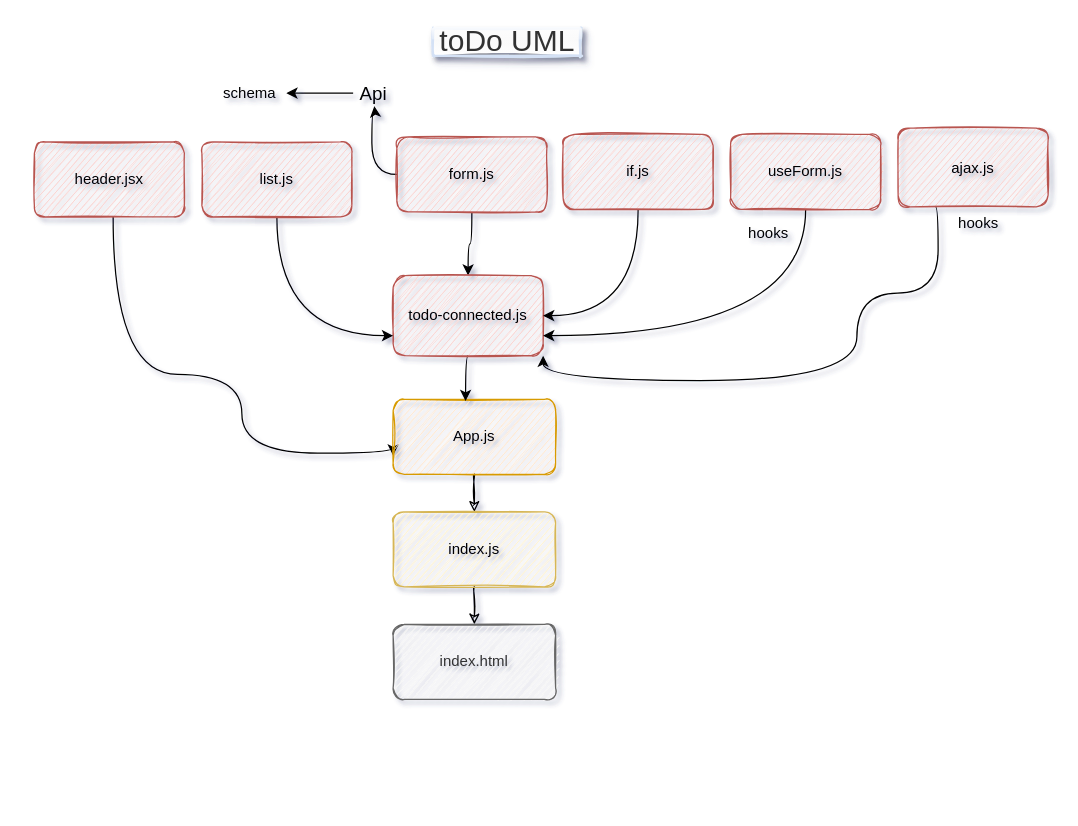
Earlier version of the draw.io diagram Untitled Diagram.drawio (asharabuhelweh/notes). Source tidied: cells renumbered, new cells numbered last; positions are measured from the earlier drawing's top-left corner, leaving out a move shared by most shapes. Both pictures are drawn from the tidied source at 125%, with x=0, y=0 at pixel (34, 28).
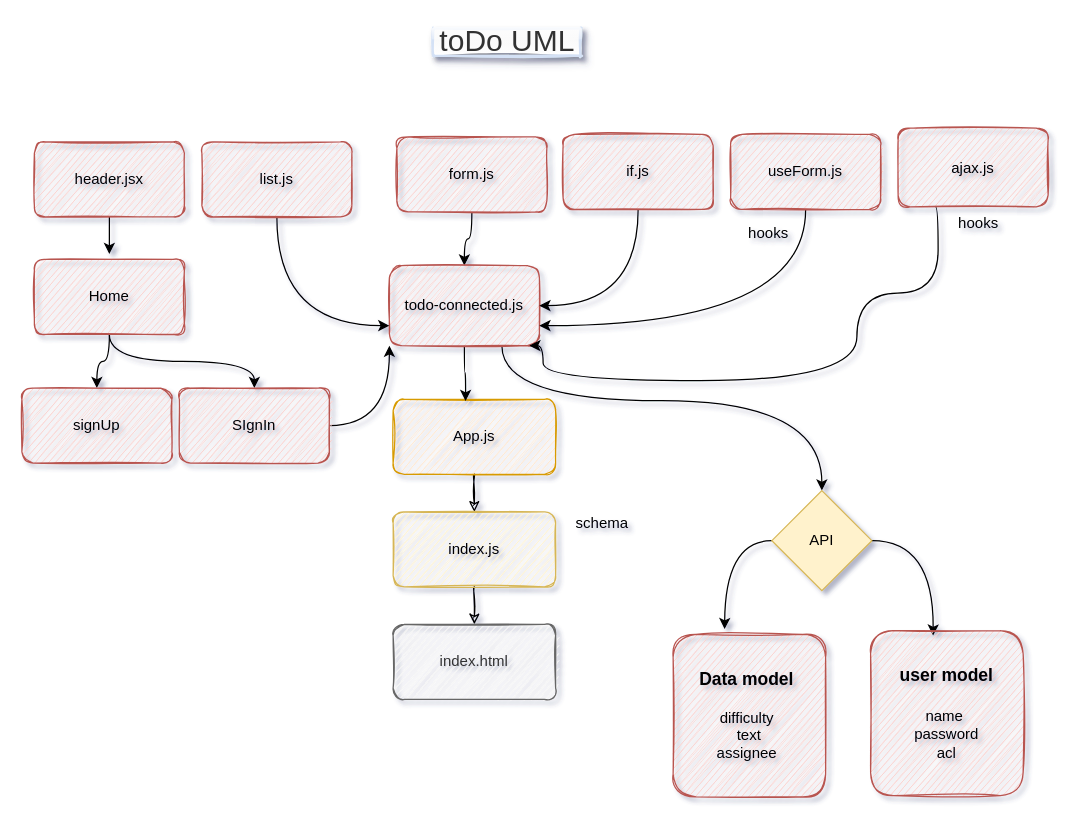
The same diagram, later.

The change refers to these unchanged cells:
```xml
<mxCell id="3" value="header.jsx" style="whiteSpace=wrap;html=1;fillColor=#f8cecc;strokeColor=#b85450;sketch=1;rounded=1;" parent="1" vertex="1">
  <mxGeometry y="91" width="120" height="60" as="geometry" />
</mxCell>
<mxCell id="6" value="form.js" style="whiteSpace=wrap;html=1;fillColor=#f8cecc;strokeColor=#b85450;sketch=1;rounded=1;" parent="1" vertex="1">
  <mxGeometry x="290" y="87" width="120" height="60" as="geometry" />
</mxCell>
<mxCell id="8" value="App.js" style="whiteSpace=wrap;html=1;fillColor=#ffe6cc;strokeColor=#d79b00;sketch=1;rounded=1;" parent="1" vertex="1">
  <mxGeometry x="287" y="297" width="130" height="60" as="geometry" />
</mxCell>
<mxCell id="23" value="ajax.js" style="whiteSpace=wrap;html=1;fillColor=#f8cecc;strokeColor=#b85450;sketch=1;rounded=1;" parent="1" vertex="1">
  <mxGeometry x="691" y="80" width="120" height="63" as="geometry" />
</mxCell>
```

The edit, as a diff of the source:
```diff
@@
-    <mxCell id="2" style="edgeStyle=orthogonalEdgeStyle;curved=1;rounded=0;jettySize=auto;html=1;entryX=0;entryY=0.75;entryDx=0;entryDy=0;" parent="1" edge="1" source="3" target="8">
-      <mxGeometry relative="1" as="geometry">
-        <Array as="points">
-          <mxPoint x="63" y="277" />
-          <mxPoint x="166" y="277" />
-          <mxPoint x="166" y="340" />
-        </Array>
-      </mxGeometry>
-    </mxCell>
+    <mxCell id="28" style="edgeStyle=orthogonalEdgeStyle;curved=1;rounded=0;jettySize=auto;html=1;exitX=0.5;exitY=1;exitDx=0;exitDy=0;" parent="1" edge="1" source="3">
+      <mxGeometry relative="1" as="geometry">
+        <mxPoint x="60" y="180.8" as="targetPoint" />
+      </mxGeometry>
+    </mxCell>
@@
-    <mxCell id="5" style="edgeStyle=orthogonalEdgeStyle;curved=1;rounded=0;jettySize=auto;html=1;" parent="1" edge="1" source="6">
-      <mxGeometry relative="1" as="geometry">
-        <mxPoint x="272" y="62.4" as="targetPoint" />
-      </mxGeometry>
-    </mxCell>
@@
+    <mxCell id="29" style="edgeStyle=orthogonalEdgeStyle;curved=1;rounded=0;jettySize=auto;html=1;exitX=0.75;exitY=1;exitDx=0;exitDy=0;entryX=0.5;entryY=0;entryDx=0;entryDy=0;" parent="1" edge="1" source="14" target="32">
+      <mxGeometry relative="1" as="geometry">
+        <Array as="points">
+          <mxPoint x="374" y="298" />
+          <mxPoint x="630" y="298" />
+        </Array>
+      </mxGeometry>
+    </mxCell>
     <mxCell id="14" value="todo-connected.js" style="whiteSpace=wrap;html=1;fillColor=#f8cecc;strokeColor=#b85450;sketch=1;rounded=1;" parent="1" vertex="1">
-      <mxGeometry x="287" y="198" width="120" height="64" as="geometry" />
+      <mxGeometry x="284" y="190" width="120" height="64" as="geometry" />
     </mxCell>
@@
-    <mxCell id="22" style="edgeStyle=orthogonalEdgeStyle;curved=1;rounded=0;jettySize=auto;html=1;entryX=1;entryY=1;entryDx=0;entryDy=0;exitX=0.25;exitY=1;exitDx=0;exitDy=0;" parent="1" edge="1" source="23" target="14">
+    <mxCell id="22" style="edgeStyle=orthogonalEdgeStyle;curved=1;rounded=0;jettySize=auto;html=1;exitX=0.25;exitY=1;exitDx=0;exitDy=0;" parent="1" edge="1" source="23">
       <mxGeometry relative="1" as="geometry">
+        <mxPoint x="396" y="254" as="targetPoint" />
         <Array as="points">
           <mxPoint x="723" y="143" />
           <mxPoint x="723" y="212" />
           <mxPoint x="658" y="212" />
           <mxPoint x="658" y="282" />
           <mxPoint x="407" y="282" />
         </Array>
       </mxGeometry>
     </mxCell>
@@
-    <mxCell id="25" style="edgeStyle=orthogonalEdgeStyle;curved=1;rounded=0;jettySize=auto;html=1;" parent="1" edge="1" source="26">
-      <mxGeometry relative="1" as="geometry">
-        <mxPoint x="201.6" y="52" as="targetPoint" />
-      </mxGeometry>
-    </mxCell>
-    <mxCell id="26" value="&lt;font style=&quot;font-size: 15px&quot;&gt;Api&lt;/font&gt;" style="text;html=1;align=center;verticalAlign=middle;points=[];strokeColor=none;" parent="1" vertex="1">
-      <mxGeometry x="255" y="43" width="32" height="18" as="geometry" />
-    </mxCell>
     <mxCell id="27" value="schema" style="text;html=1;align=center;verticalAlign=middle;strokeColor=none;" parent="1" vertex="1">
-      <mxGeometry x="146" y="43" width="52" height="18" as="geometry" />
+      <mxGeometry x="428" y="387" width="52" height="18" as="geometry" />
     </mxCell>
+    <mxCell id="30" style="edgeStyle=orthogonalEdgeStyle;curved=1;rounded=0;jettySize=auto;html=1;exitX=1;exitY=0.5;exitDx=0;exitDy=0;" parent="1" edge="1" source="32">
+      <mxGeometry relative="1" as="geometry">
+        <mxPoint x="719" y="486" as="targetPoint" />
+      </mxGeometry>
+    </mxCell>
+    <mxCell id="31" style="edgeStyle=orthogonalEdgeStyle;curved=1;rounded=0;jettySize=auto;html=1;exitX=0;exitY=0.5;exitDx=0;exitDy=0;" parent="1" edge="1" source="32">
+      <mxGeometry relative="1" as="geometry">
+        <mxPoint x="552.2" y="480.8" as="targetPoint" />
+      </mxGeometry>
+    </mxCell>
+    <mxCell id="32" value="API" style="rhombus;whiteSpace=wrap;html=1;shadow=0;fillColor=#fff2cc;strokeColor=#d6b656;" parent="1" vertex="1">
+      <mxGeometry x="590" y="370" width="80" height="80" as="geometry" />
+    </mxCell>
+    <mxCell id="33" value="&lt;b style=&quot;font-size: 14px&quot;&gt;user model&lt;br&gt;&amp;nbsp;&lt;br&gt;&lt;/b&gt;name&amp;nbsp;&lt;br&gt;password&lt;br&gt;acl" style="whiteSpace=wrap;html=1;fillColor=#f8cecc;strokeColor=#b85450;sketch=1;rounded=1;" parent="1" vertex="1">
+      <mxGeometry x="669" y="482" width="122" height="132" as="geometry" />
+    </mxCell>
+    <mxCell id="34" value="&lt;b style=&quot;color: rgb(0 , 0 , 0) ; font-family: &amp;#34;helvetica&amp;#34; ; font-style: normal ; letter-spacing: normal ; text-align: center ; text-indent: 0px ; text-transform: none ; word-spacing: 0px ; font-size: 14px&quot;&gt;Data model&amp;nbsp;&lt;br&gt;&lt;/b&gt;&lt;br&gt;difficulty&amp;nbsp;&lt;br&gt;text&lt;br&gt;assignee&amp;nbsp;" style="whiteSpace=wrap;html=1;rounded=1;strokeColor=#b85450;fillColor=#f8cecc;sketch=1;" parent="1" vertex="1">
+      <mxGeometry x="511" y="485" width="122" height="130" as="geometry" />
+    </mxCell>
+    <mxCell id="35" style="edgeStyle=orthogonalEdgeStyle;curved=1;rounded=0;jettySize=auto;html=1;exitX=0.5;exitY=1;exitDx=0;exitDy=0;" parent="1" edge="1" source="37" target="38">
+      <mxGeometry relative="1" as="geometry" />
+    </mxCell>
+    <mxCell id="36" style="edgeStyle=orthogonalEdgeStyle;curved=1;rounded=0;jettySize=auto;html=1;exitX=0.5;exitY=1;exitDx=0;exitDy=0;entryX=0.5;entryY=0;entryDx=0;entryDy=0;" parent="1" edge="1" source="37" target="40">
+      <mxGeometry relative="1" as="geometry" />
+    </mxCell>
+    <mxCell id="37" value="Home" style="whiteSpace=wrap;html=1;fillColor=#f8cecc;strokeColor=#b85450;sketch=1;rounded=1;" parent="1" vertex="1">
+      <mxGeometry y="185" width="120" height="60" as="geometry" />
+    </mxCell>
+    <mxCell id="38" value="signUp" style="whiteSpace=wrap;html=1;fillColor=#f8cecc;strokeColor=#b85450;sketch=1;rounded=1;" parent="1" vertex="1">
+      <mxGeometry x="-10" y="288" width="120" height="60" as="geometry" />
+    </mxCell>
+    <mxCell id="39" style="edgeStyle=orthogonalEdgeStyle;curved=1;rounded=0;jettySize=auto;html=1;entryX=0;entryY=1;entryDx=0;entryDy=0;" parent="1" edge="1" source="40" target="14">
+      <mxGeometry relative="1" as="geometry" />
+    </mxCell>
+    <mxCell id="40" value="SIgnIn" style="whiteSpace=wrap;html=1;fillColor=#f8cecc;strokeColor=#b85450;sketch=1;rounded=1;" parent="1" vertex="1">
+      <mxGeometry x="116" y="288" width="120" height="60" as="geometry" />
+    </mxCell>
```
